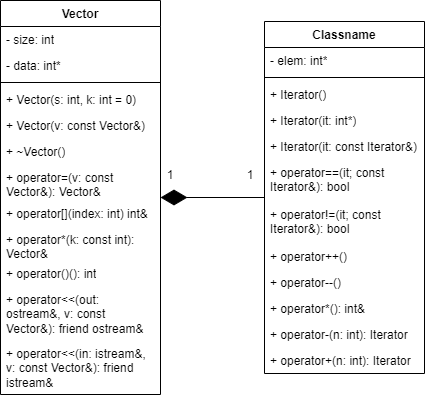
Before: Sem_2/Lab_class_6/Lab_class_6.png, a diagram exported from draw.io (itchyyyY/PSTU_Labs_24-25). Source tidied: cells renumbered, new cells last; positions are measured from the earlier drawing's top-left corner, leaving out a move shared by most shapes. Its diagram source:
```xml
<mxGraphModel>
  <root>
    <mxCell id="0" />
    <mxCell id="1" parent="0" />
    <mxCell id="2" value="Vector" style="swimlane;fontStyle=1;align=center;verticalAlign=top;horizontal=1;startSize=26;whiteSpace=wrap;html=1;" parent="1" vertex="1">
      <mxGeometry width="160" height="394" as="geometry" />
    </mxCell>
    <mxCell id="3" value="- size: int" style="text;strokeColor=none;fillColor=none;align=left;verticalAlign=top;spacingLeft=4;spacingRight=4;overflow=hidden;whiteSpace=wrap;html=1;" parent="2" vertex="1">
      <mxGeometry y="26" width="160" height="26" as="geometry" />
    </mxCell>
    <mxCell id="4" value="- data: int*" style="text;strokeColor=none;fillColor=none;align=left;verticalAlign=top;spacingLeft=4;spacingRight=4;overflow=hidden;whiteSpace=wrap;html=1;" parent="2" vertex="1">
      <mxGeometry y="52" width="160" height="26" as="geometry" />
    </mxCell>
    <mxCell id="5" style="line;strokeWidth=1;fillColor=none;align=left;verticalAlign=middle;spacingTop=-1;spacingLeft=3;spacingRight=3;labelPosition=right;strokeColor=inherit;" parent="2" vertex="1">
      <mxGeometry y="78" width="160" height="8" as="geometry" />
    </mxCell>
    <mxCell id="6" value="+ Vector(s: int, k: int = 0)" style="text;strokeColor=none;fillColor=none;align=left;verticalAlign=top;spacingLeft=4;spacingRight=4;overflow=hidden;whiteSpace=wrap;html=1;" parent="2" vertex="1">
      <mxGeometry y="86" width="160" height="26" as="geometry" />
    </mxCell>
    <mxCell id="7" value="+ Vector(v: const Vector&amp;amp;)" style="text;strokeColor=none;fillColor=none;align=left;verticalAlign=top;spacingLeft=4;spacingRight=4;overflow=hidden;whiteSpace=wrap;html=1;" parent="2" vertex="1">
      <mxGeometry y="112" width="160" height="26" as="geometry" />
    </mxCell>
    <mxCell id="8" value="+ ~Vector()" style="text;strokeColor=none;fillColor=none;align=left;verticalAlign=top;spacingLeft=4;spacingRight=4;overflow=hidden;whiteSpace=wrap;html=1;" parent="2" vertex="1">
      <mxGeometry y="138" width="160" height="26" as="geometry" />
    </mxCell>
    <mxCell id="9" value="+ operator=(v: const Vector&amp;amp;): Vector&amp;amp;" style="text;strokeColor=none;fillColor=none;align=left;verticalAlign=top;spacingLeft=4;spacingRight=4;overflow=hidden;whiteSpace=wrap;html=1;" parent="2" vertex="1">
      <mxGeometry y="164" width="160" height="36" as="geometry" />
    </mxCell>
    <mxCell id="10" value="+ operator[](index: int) int&amp;amp;" style="text;strokeColor=none;fillColor=none;align=left;verticalAlign=top;spacingLeft=4;spacingRight=4;overflow=hidden;whiteSpace=wrap;html=1;" parent="2" vertex="1">
      <mxGeometry y="200" width="160" height="26" as="geometry" />
    </mxCell>
    <mxCell id="11" value="+ operator*(k: const int): Vector&amp;amp;" style="text;strokeColor=none;fillColor=none;align=left;verticalAlign=top;spacingLeft=4;spacingRight=4;overflow=hidden;whiteSpace=wrap;html=1;" parent="2" vertex="1">
      <mxGeometry y="226" width="160" height="34" as="geometry" />
    </mxCell>
    <mxCell id="12" value="+ operator()(): int" style="text;strokeColor=none;fillColor=none;align=left;verticalAlign=top;spacingLeft=4;spacingRight=4;overflow=hidden;whiteSpace=wrap;html=1;" parent="2" vertex="1">
      <mxGeometry y="260" width="160" height="26" as="geometry" />
    </mxCell>
    <mxCell id="13" value="+ operator&amp;lt;&amp;lt;(out: ostream&amp;amp;, v: const Vector&amp;amp;): friend ostream&amp;amp;" style="text;strokeColor=none;fillColor=none;align=left;verticalAlign=top;spacingLeft=4;spacingRight=4;overflow=hidden;whiteSpace=wrap;html=1;" parent="2" vertex="1">
      <mxGeometry y="286" width="160" height="54" as="geometry" />
    </mxCell>
    <mxCell id="14" value="+ operator&amp;lt;&amp;lt;(in: istream&amp;amp;, v: const Vector&amp;amp;): friend istream&amp;amp;" style="text;strokeColor=none;fillColor=none;align=left;verticalAlign=top;spacingLeft=4;spacingRight=4;overflow=hidden;whiteSpace=wrap;html=1;" parent="2" vertex="1">
      <mxGeometry y="340" width="160" height="54" as="geometry" />
    </mxCell>
    <mxCell id="15" value="Classname" style="swimlane;fontStyle=1;align=center;verticalAlign=top;horizontal=1;startSize=26;whiteSpace=wrap;html=1;" parent="1" vertex="1">
      <mxGeometry x="264" y="21" width="160" height="352" as="geometry" />
    </mxCell>
    <mxCell id="16" value="- elem: int*" style="text;strokeColor=none;fillColor=none;align=left;verticalAlign=top;spacingLeft=4;spacingRight=4;overflow=hidden;whiteSpace=wrap;html=1;" parent="15" vertex="1">
      <mxGeometry y="26" width="160" height="26" as="geometry" />
    </mxCell>
    <mxCell id="17" style="line;strokeWidth=1;fillColor=none;align=left;verticalAlign=middle;spacingTop=-1;spacingLeft=3;spacingRight=3;labelPosition=right;strokeColor=inherit;" parent="15" vertex="1">
      <mxGeometry y="52" width="160" height="8" as="geometry" />
    </mxCell>
    <mxCell id="18" value="+ Iterator()" style="text;strokeColor=none;fillColor=none;align=left;verticalAlign=top;spacingLeft=4;spacingRight=4;overflow=hidden;whiteSpace=wrap;html=1;" parent="15" vertex="1">
      <mxGeometry y="60" width="160" height="26" as="geometry" />
    </mxCell>
    <mxCell id="19" value="+ Iterator(it: int*)" style="text;strokeColor=none;fillColor=none;align=left;verticalAlign=top;spacingLeft=4;spacingRight=4;overflow=hidden;whiteSpace=wrap;html=1;" parent="15" vertex="1">
      <mxGeometry y="86" width="160" height="26" as="geometry" />
    </mxCell>
    <mxCell id="20" value="+ Iterator(it: const Iterator&amp;amp;)" style="text;strokeColor=none;fillColor=none;align=left;verticalAlign=top;spacingLeft=4;spacingRight=4;overflow=hidden;whiteSpace=wrap;html=1;" parent="15" vertex="1">
      <mxGeometry y="112" width="160" height="26" as="geometry" />
    </mxCell>
    <mxCell id="21" value="+ operator==(it; const Iterator&amp;amp;): bool" style="text;strokeColor=none;fillColor=none;align=left;verticalAlign=top;spacingLeft=4;spacingRight=4;overflow=hidden;whiteSpace=wrap;html=1;" parent="15" vertex="1">
      <mxGeometry y="138" width="160" height="42" as="geometry" />
    </mxCell>
    <mxCell id="22" value="+ operator!=(it; const Iterator&amp;amp;): bool" style="text;strokeColor=none;fillColor=none;align=left;verticalAlign=top;spacingLeft=4;spacingRight=4;overflow=hidden;whiteSpace=wrap;html=1;" parent="15" vertex="1">
      <mxGeometry y="180" width="160" height="42" as="geometry" />
    </mxCell>
    <mxCell id="23" value="+ operator++()" style="text;strokeColor=none;fillColor=none;align=left;verticalAlign=top;spacingLeft=4;spacingRight=4;overflow=hidden;whiteSpace=wrap;html=1;" parent="15" vertex="1">
      <mxGeometry y="222" width="160" height="26" as="geometry" />
    </mxCell>
    <mxCell id="24" value="+ operator--()" style="text;strokeColor=none;fillColor=none;align=left;verticalAlign=top;spacingLeft=4;spacingRight=4;overflow=hidden;whiteSpace=wrap;html=1;" parent="15" vertex="1">
      <mxGeometry y="248" width="160" height="26" as="geometry" />
    </mxCell>
    <mxCell id="25" value="+ operator*(): int&amp;amp;" style="text;strokeColor=none;fillColor=none;align=left;verticalAlign=top;spacingLeft=4;spacingRight=4;overflow=hidden;whiteSpace=wrap;html=1;" parent="15" vertex="1">
      <mxGeometry y="274" width="160" height="26" as="geometry" />
    </mxCell>
    <mxCell id="26" value="+ operator-(n: int): Iterator" style="text;strokeColor=none;fillColor=none;align=left;verticalAlign=top;spacingLeft=4;spacingRight=4;overflow=hidden;whiteSpace=wrap;html=1;" parent="15" vertex="1">
      <mxGeometry y="300" width="160" height="26" as="geometry" />
    </mxCell>
    <mxCell id="27" value="+ operator+(n: int): Iterator" style="text;strokeColor=none;fillColor=none;align=left;verticalAlign=top;spacingLeft=4;spacingRight=4;overflow=hidden;whiteSpace=wrap;html=1;" parent="15" vertex="1">
      <mxGeometry y="326" width="160" height="26" as="geometry" />
    </mxCell>
    <mxCell id="28" style="endArrow=diamondThin;endFill=1;endSize=24;html=1;rounded=0;" parent="1" edge="1" source="15" target="2">
      <mxGeometry relative="1" as="geometry" />
    </mxCell>
    <mxCell id="29" value="1" style="text;html=1;align=center;verticalAlign=middle;whiteSpace=wrap;rounded=0;" parent="1" vertex="1">
      <mxGeometry x="140" y="160" width="60" height="30" as="geometry" />
    </mxCell>
    <mxCell id="30" value="1" style="text;html=1;align=center;verticalAlign=middle;whiteSpace=wrap;rounded=0;" parent="1" vertex="1">
      <mxGeometry x="220" y="160" width="60" height="30" as="geometry" />
    </mxCell>
  </root>
</mxGraphModel>
```
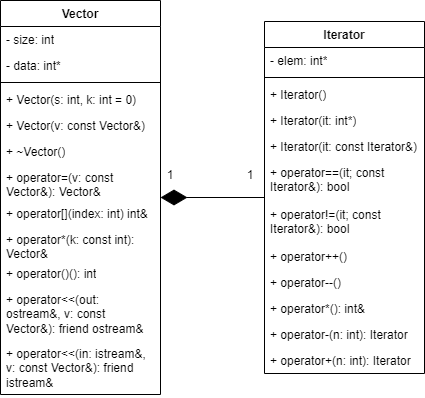
The same file after the commit.

Diff of the diagram source:
```diff
@@ -41,7 +41,7 @@
     <mxCell id="14" value="+ operator&amp;lt;&amp;lt;(in: istream&amp;amp;, v: const Vector&amp;amp;): friend istream&amp;amp;" style="text;strokeColor=none;fillColor=none;align=left;verticalAlign=top;spacingLeft=4;spacingRight=4;overflow=hidden;whiteSpace=wrap;html=1;" parent="2" vertex="1">
       <mxGeometry y="340" width="160" height="54" as="geometry" />
     </mxCell>
-    <mxCell id="15" value="Classname" style="swimlane;fontStyle=1;align=center;verticalAlign=top;horizontal=1;startSize=26;whiteSpace=wrap;html=1;" parent="1" vertex="1">
+    <mxCell id="15" value="Iterator" style="swimlane;fontStyle=1;align=center;verticalAlign=top;horizontal=1;startSize=26;whiteSpace=wrap;html=1;" parent="1" vertex="1">
       <mxGeometry x="264" y="21" width="160" height="352" as="geometry" />
     </mxCell>
     <mxCell id="16" value="- elem: int*" style="text;strokeColor=none;fillColor=none;align=left;verticalAlign=top;spacingLeft=4;spacingRight=4;overflow=hidden;whiteSpace=wrap;html=1;" parent="15" vertex="1">
```
